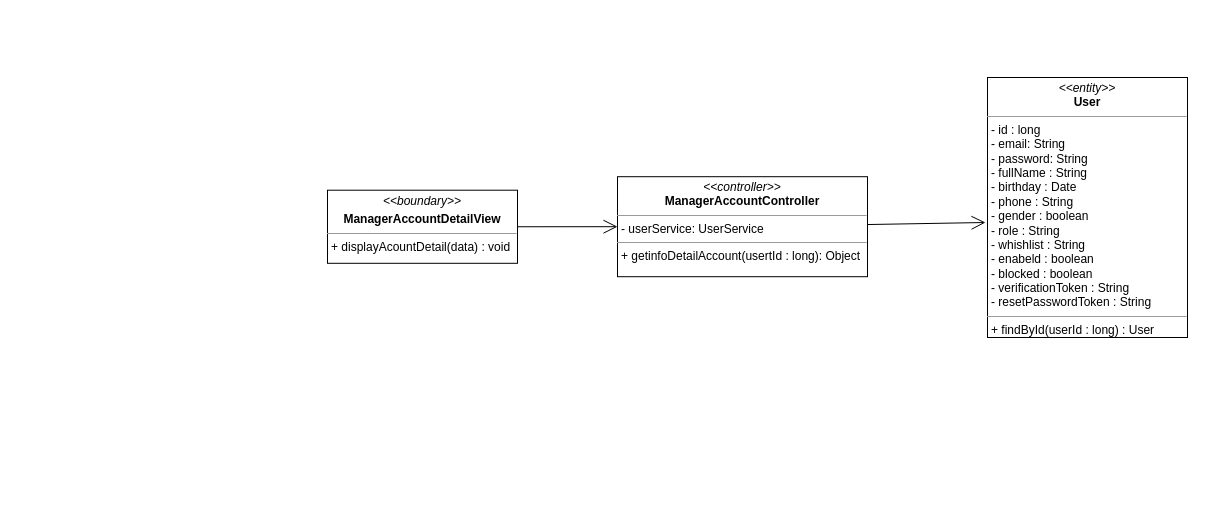
The draw.io diagram class diagram/manager-userDetail-class-diagram.drawio in nguyenphamvan/datn_20202, before the edit. Source tidied: cells renumbered, new cells numbered last; positions are measured from the earlier drawing's top-left corner, leaving out a move shared by most shapes. Both pictures are drawn from the tidied source at 100%, with x=0, y=0 at pixel (327, 77).
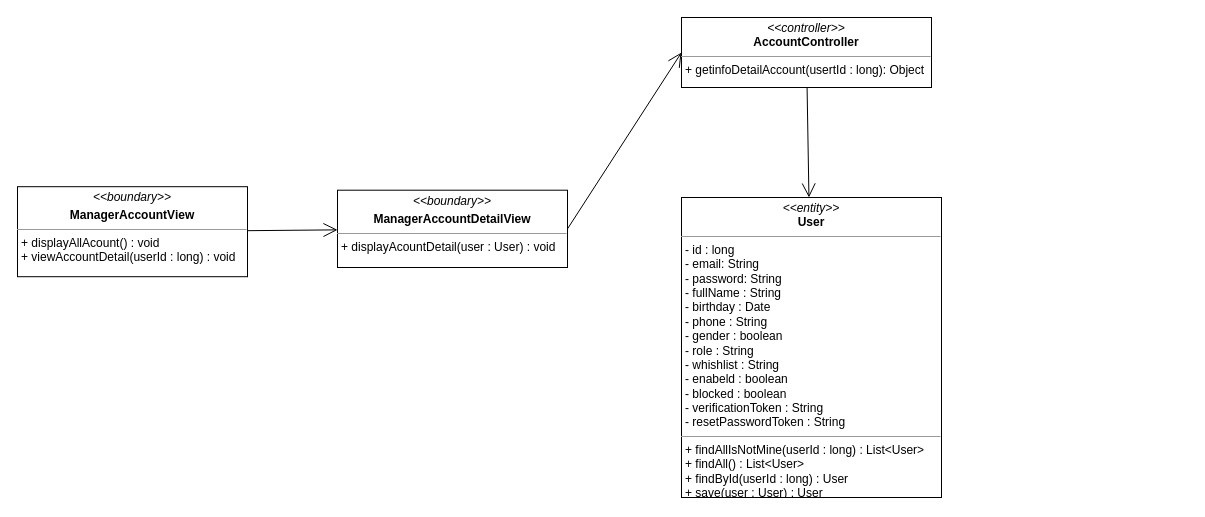
The same diagram, later.

Diff of the diagram source:
```diff
@@
 <mxGraphModel>
   <root>
     <mxCell id="0" />
     <mxCell id="1" parent="0" />
-    <mxCell id="2" value="&lt;p style=&quot;margin: 0px ; margin-top: 4px ; text-align: center&quot;&gt;&lt;i&gt;&amp;lt;&amp;lt;boundary&amp;gt;&amp;gt;&lt;/i&gt;&lt;/p&gt;&lt;p style=&quot;margin: 0px ; margin-top: 4px ; text-align: center&quot;&gt;&lt;b&gt;ManagerAccountDetailView&lt;/b&gt;&lt;/p&gt;&lt;hr size=&quot;1&quot;&gt;&lt;p style=&quot;margin: 0px ; margin-left: 4px&quot;&gt;&lt;span&gt;+ displayAcountDetail(data) : void&lt;/span&gt;&lt;br&gt;&lt;/p&gt;" style="verticalAlign=top;align=left;overflow=fill;fontSize=12;fontFamily=Helvetica;html=1;" parent="1" vertex="1">
-      <mxGeometry y="112.7" width="190" height="73.1" as="geometry" />
+    <mxCell id="2" value="&lt;p style=&quot;margin: 0px ; margin-top: 4px ; text-align: center&quot;&gt;&lt;i&gt;&amp;lt;&amp;lt;boundary&amp;gt;&amp;gt;&lt;/i&gt;&lt;/p&gt;&lt;p style=&quot;margin: 0px ; margin-top: 4px ; text-align: center&quot;&gt;&lt;b&gt;ManagerAccountDetailView&lt;/b&gt;&lt;/p&gt;&lt;hr size=&quot;1&quot;&gt;&lt;p style=&quot;margin: 0px ; margin-left: 4px&quot;&gt;&lt;span&gt;+ displayAcountDetail(user : User) : void&lt;/span&gt;&lt;/p&gt;" style="verticalAlign=top;align=left;overflow=fill;fontSize=12;fontFamily=Helvetica;html=1;" parent="1" vertex="1">
+      <mxGeometry x="10" y="112.7" width="230" height="77.3" as="geometry" />
     </mxCell>
     <mxCell id="3" style="endArrow=open;endFill=1;endSize=12;html=1;entryX=0;entryY=0.5;entryDx=0;entryDy=0;exitX=1;exitY=0.5;exitDx=0;exitDy=0;" parent="1" edge="1" source="2" target="5">
       <mxGeometry relative="1" as="geometry" />
     </mxCell>
-    <mxCell id="4" value="&lt;p style=&quot;margin: 0px ; margin-top: 4px ; text-align: center&quot;&gt;&lt;i&gt;&amp;lt;&amp;lt;entity&amp;gt;&amp;gt;&lt;/i&gt;&lt;br&gt;&lt;b&gt;User&lt;/b&gt;&lt;/p&gt;&lt;hr size=&quot;1&quot;&gt;&lt;p style=&quot;margin: 0px ; margin-left: 4px&quot;&gt;- id : long&lt;/p&gt;&lt;p style=&quot;margin: 0px ; margin-left: 4px&quot;&gt;- email: String&lt;br&gt;- password: String&lt;/p&gt;&lt;p style=&quot;margin: 0px ; margin-left: 4px&quot;&gt;- fullName : String&lt;/p&gt;&lt;p style=&quot;margin: 0px ; margin-left: 4px&quot;&gt;- birthday : Date&lt;/p&gt;&lt;p style=&quot;margin: 0px ; margin-left: 4px&quot;&gt;- phone : String&lt;/p&gt;&lt;p style=&quot;margin: 0px ; margin-left: 4px&quot;&gt;- gender : boolean&lt;/p&gt;&lt;p style=&quot;margin: 0px ; margin-left: 4px&quot;&gt;- role : String&lt;/p&gt;&lt;p style=&quot;margin: 0px ; margin-left: 4px&quot;&gt;- whishlist : String&lt;/p&gt;&lt;p style=&quot;margin: 0px ; margin-left: 4px&quot;&gt;- enabeld : boolean&lt;/p&gt;&lt;p style=&quot;margin: 0px ; margin-left: 4px&quot;&gt;- blocked : boolean&lt;/p&gt;&lt;p style=&quot;margin: 0px ; margin-left: 4px&quot;&gt;- verificationToken : String&lt;/p&gt;&lt;p style=&quot;margin: 0px ; margin-left: 4px&quot;&gt;- resetPasswordToken : String&lt;/p&gt;&lt;hr size=&quot;1&quot;&gt;&lt;p style=&quot;margin: 0px ; margin-left: 4px&quot;&gt;+ findById(userId : long) : User&amp;nbsp;&lt;/p&gt;" style="verticalAlign=top;align=left;overflow=fill;fontSize=12;fontFamily=Helvetica;html=1;" parent="1" vertex="1">
-      <mxGeometry x="660" width="200" height="260" as="geometry" />
+    <mxCell id="4" value="&lt;p style=&quot;margin: 0px ; margin-top: 4px ; text-align: center&quot;&gt;&lt;i&gt;&amp;lt;&amp;lt;entity&amp;gt;&amp;gt;&lt;/i&gt;&lt;br&gt;&lt;b&gt;User&lt;/b&gt;&lt;/p&gt;&lt;hr size=&quot;1&quot;&gt;&lt;p style=&quot;margin: 0px ; margin-left: 4px&quot;&gt;- id : long&lt;/p&gt;&lt;p style=&quot;margin: 0px ; margin-left: 4px&quot;&gt;- email: String&lt;br&gt;- password: String&lt;/p&gt;&lt;p style=&quot;margin: 0px ; margin-left: 4px&quot;&gt;- fullName : String&lt;/p&gt;&lt;p style=&quot;margin: 0px ; margin-left: 4px&quot;&gt;- birthday : Date&lt;/p&gt;&lt;p style=&quot;margin: 0px ; margin-left: 4px&quot;&gt;- phone : String&lt;/p&gt;&lt;p style=&quot;margin: 0px ; margin-left: 4px&quot;&gt;- gender : boolean&lt;/p&gt;&lt;p style=&quot;margin: 0px ; margin-left: 4px&quot;&gt;- role : String&lt;/p&gt;&lt;p style=&quot;margin: 0px ; margin-left: 4px&quot;&gt;- whishlist : String&lt;/p&gt;&lt;p style=&quot;margin: 0px ; margin-left: 4px&quot;&gt;- enabeld : boolean&lt;/p&gt;&lt;p style=&quot;margin: 0px ; margin-left: 4px&quot;&gt;- blocked : boolean&lt;/p&gt;&lt;p style=&quot;margin: 0px ; margin-left: 4px&quot;&gt;- verificationToken : String&lt;/p&gt;&lt;p style=&quot;margin: 0px ; margin-left: 4px&quot;&gt;- resetPasswordToken : String&lt;/p&gt;&lt;hr size=&quot;1&quot;&gt;&lt;p style=&quot;margin: 0px 0px 0px 4px&quot;&gt;+ findAllIsNotMine(userId : long) : List&amp;lt;User&amp;gt;&lt;/p&gt;&lt;p style=&quot;margin: 0px 0px 0px 4px&quot;&gt;+ findAll() : List&amp;lt;User&amp;gt;&lt;/p&gt;&lt;p style=&quot;margin: 0px 0px 0px 4px&quot;&gt;+ findById(userId : long) : User&lt;/p&gt;&lt;p style=&quot;margin: 0px 0px 0px 4px&quot;&gt;+ save(user : User) : User&lt;/p&gt;" style="verticalAlign=top;align=left;overflow=fill;fontSize=12;fontFamily=Helvetica;html=1;" parent="1" vertex="1">
+      <mxGeometry x="354" y="120" width="260" height="300" as="geometry" />
     </mxCell>
-    <mxCell id="5" value="&lt;p style=&quot;margin: 0px ; margin-top: 4px ; text-align: center&quot;&gt;&lt;i&gt;&amp;lt;&amp;lt;controller&amp;gt;&amp;gt;&lt;/i&gt;&lt;br&gt;&lt;b&gt;ManagerAccountController&lt;/b&gt;&lt;br&gt;&lt;/p&gt;&lt;hr size=&quot;1&quot;&gt;&lt;p style=&quot;margin: 0px ; margin-left: 4px&quot;&gt;- userService: UserService&lt;br&gt;&lt;/p&gt;&lt;hr size=&quot;1&quot;&gt;&lt;p style=&quot;margin: 0px ; margin-left: 4px&quot;&gt;+ getinfoDetailAccount(usertId : long): Object&lt;br&gt;&lt;/p&gt;" style="verticalAlign=top;align=left;overflow=fill;fontSize=12;fontFamily=Helvetica;html=1;" parent="1" vertex="1">
-      <mxGeometry x="290" y="99.2" width="250" height="100" as="geometry" />
+    <mxCell id="5" value="&lt;p style=&quot;margin: 0px ; margin-top: 4px ; text-align: center&quot;&gt;&lt;i&gt;&amp;lt;&amp;lt;controller&amp;gt;&amp;gt;&lt;/i&gt;&lt;br&gt;&lt;b&gt;AccountController&lt;/b&gt;&lt;/p&gt;&lt;hr size=&quot;1&quot;&gt;&lt;p style=&quot;margin: 0px ; margin-left: 4px&quot;&gt;+ getinfoDetailAccount(usertId : long): Object&lt;br&gt;&lt;/p&gt;" style="verticalAlign=top;align=left;overflow=fill;fontSize=12;fontFamily=Helvetica;html=1;" parent="1" vertex="1">
+      <mxGeometry x="354" y="-60" width="250" height="70" as="geometry" />
     </mxCell>
-    <mxCell id="6" style="endArrow=open;endFill=1;endSize=12;html=1;" parent="1" edge="1" source="5">
-      <mxGeometry relative="1" as="geometry">
-        <mxPoint x="658" y="145" as="targetPoint" />
-      </mxGeometry>
+    <mxCell id="6" style="endArrow=open;endFill=1;endSize=12;html=1;" parent="1" edge="1" source="5" target="4">
+      <mxGeometry relative="1" as="geometry" />
     </mxCell>
+    <mxCell id="7" value="&lt;p style=&quot;margin: 0px ; margin-top: 4px ; text-align: center&quot;&gt;&lt;i&gt;&amp;lt;&amp;lt;boundary&amp;gt;&amp;gt;&lt;/i&gt;&lt;/p&gt;&lt;p style=&quot;margin: 0px ; margin-top: 4px ; text-align: center&quot;&gt;&lt;b&gt;ManagerAccountView&lt;/b&gt;&lt;/p&gt;&lt;hr size=&quot;1&quot;&gt;&lt;p style=&quot;margin: 0px ; margin-left: 4px&quot;&gt;&lt;span&gt;+ displayAllAcount() : void&lt;/span&gt;&lt;/p&gt;&lt;p style=&quot;margin: 0px ; margin-left: 4px&quot;&gt;&lt;span&gt;+ viewAccountDetail(userId : long) : void&lt;/span&gt;&lt;/p&gt;" style="verticalAlign=top;align=left;overflow=fill;fontSize=12;fontFamily=Helvetica;html=1;" parent="1" vertex="1">
+      <mxGeometry x="-310" y="109.2" width="230" height="90" as="geometry" />
+    </mxCell>
+    <mxCell id="8" style="endArrow=open;endFill=1;endSize=12;html=1;" parent="1" edge="1" source="7" target="2">
+      <mxGeometry relative="1" as="geometry" />
+    </mxCell>
   </root>
 </mxGraphModel>
```
